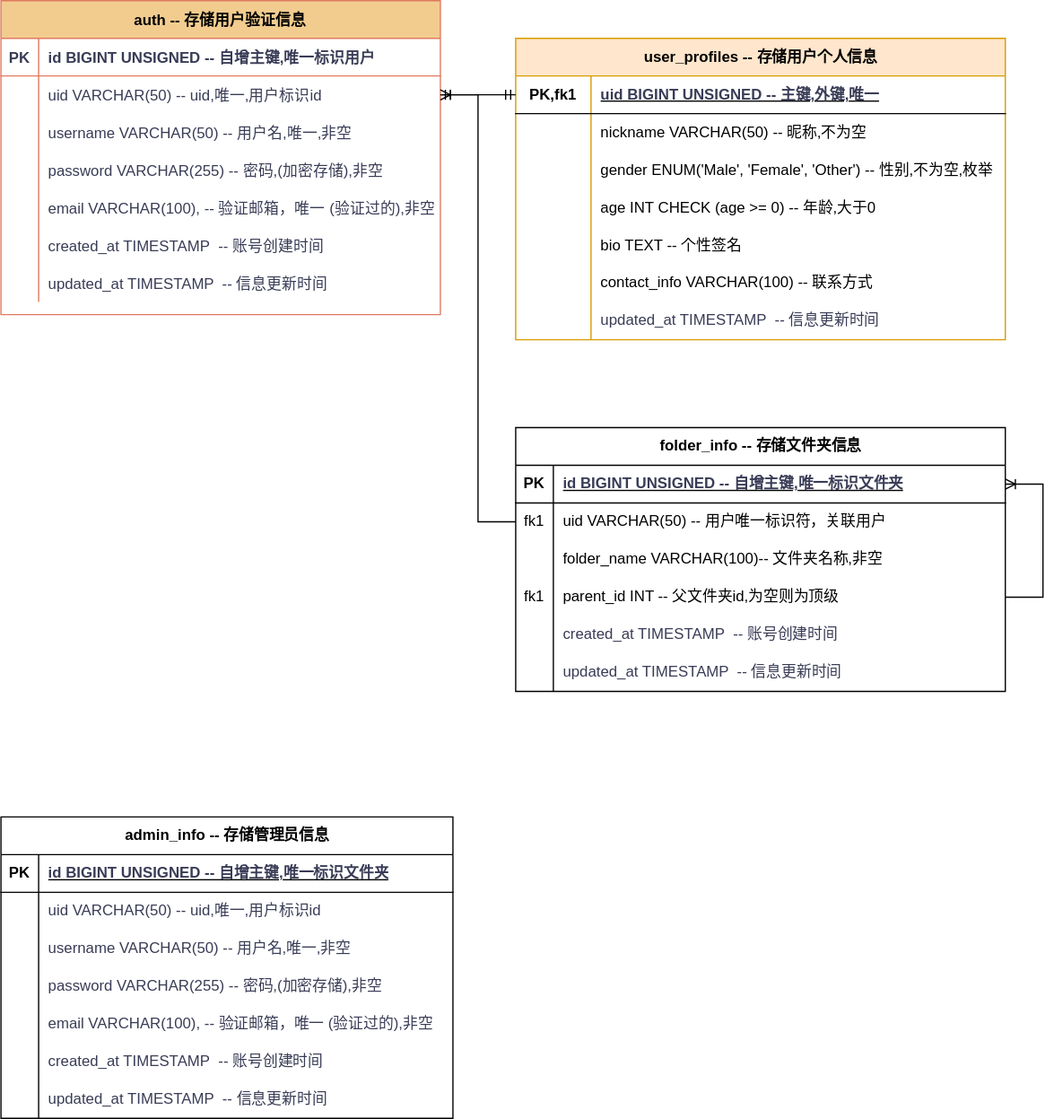
The draw.io diagram DesignDocs/数据库E-R图.svg in holic512/CatNote, before a commit. Source tidied: cells renumbered, new cells last; positions are measured from the earlier drawing's top-left corner, leaving out a move shared by most shapes.
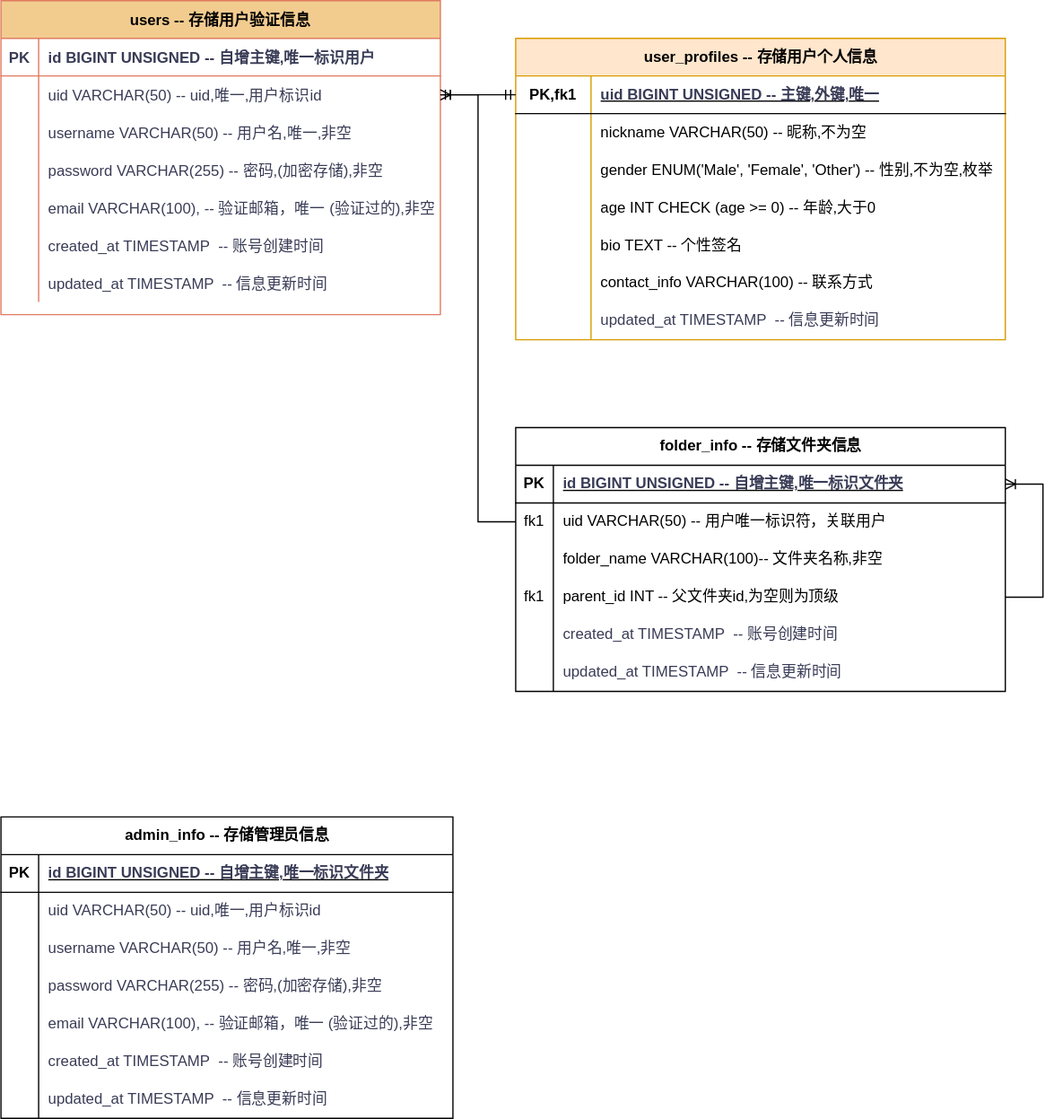
The same diagram one commit later.

Change to the diagram source:
```diff
@@ -2,7 +2,7 @@
   <root>
     <mxCell id="0" />
     <mxCell id="1" parent="0" />
-    <mxCell id="2" value="auth -- 存储用户验证信息" style="shape=table;startSize=30;rowLines=0;fontStyle=1;align=center;labelBackgroundColor=none;fillColor=#F2CC8F;strokeColor=#E07A5F;fontColor=#000000;" parent="1" vertex="1">
+    <mxCell id="2" value="users -- 存储用户验证信息" style="shape=table;startSize=30;rowLines=0;fontStyle=1;align=center;labelBackgroundColor=none;fillColor=#F2CC8F;strokeColor=#E07A5F;fontColor=#000000;" parent="1" vertex="1">
       <mxGeometry width="350" height="250" as="geometry" />
     </mxCell>
     <mxCell id="3" style="shape=partialRectangle;fillColor=none;top=0;left=0;right=0;bottom=1;labelBackgroundColor=none;strokeColor=#E07A5F;fontColor=#393C56;" parent="2" vertex="1">
```
